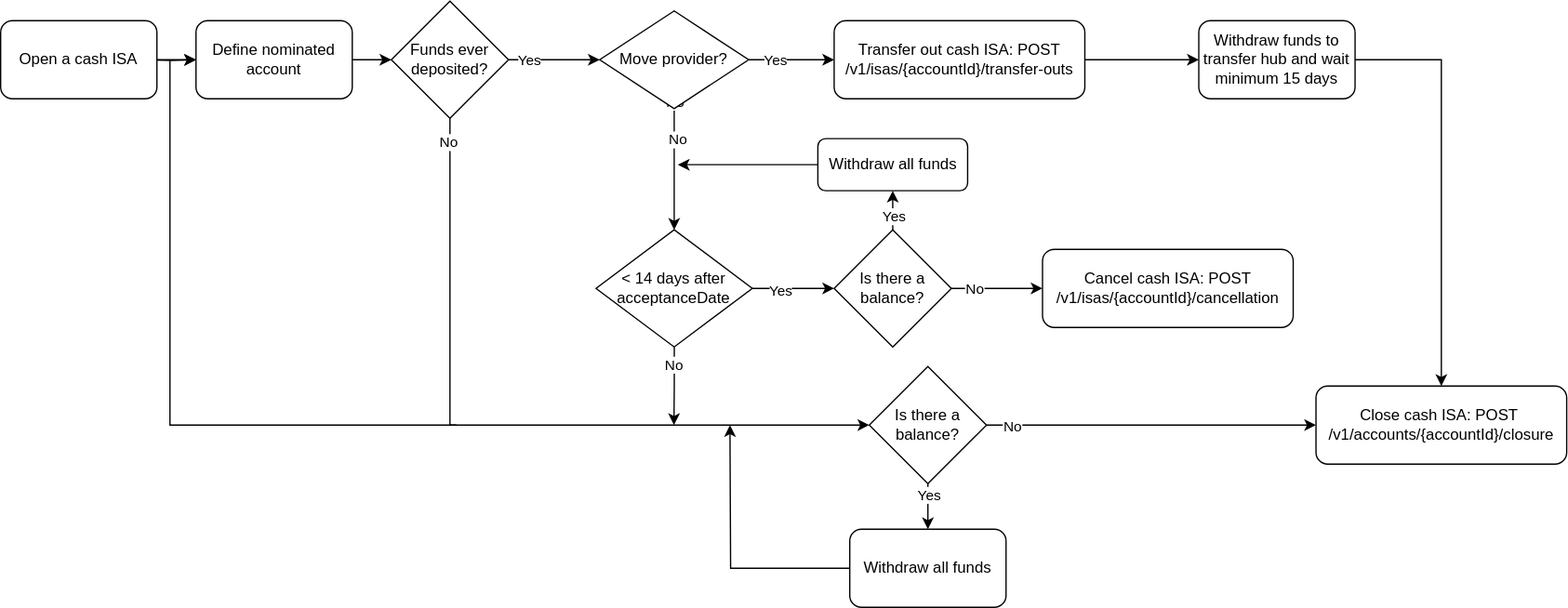
Before: static/assets/images/cash-isa-life-cycle.svg, a diagram exported from draw.io (clearbank/clearbank.github.io). Source tidied: cells renumbered, new cells last; positions are measured from the earlier drawing's top-left corner, leaving out a move shared by most shapes.
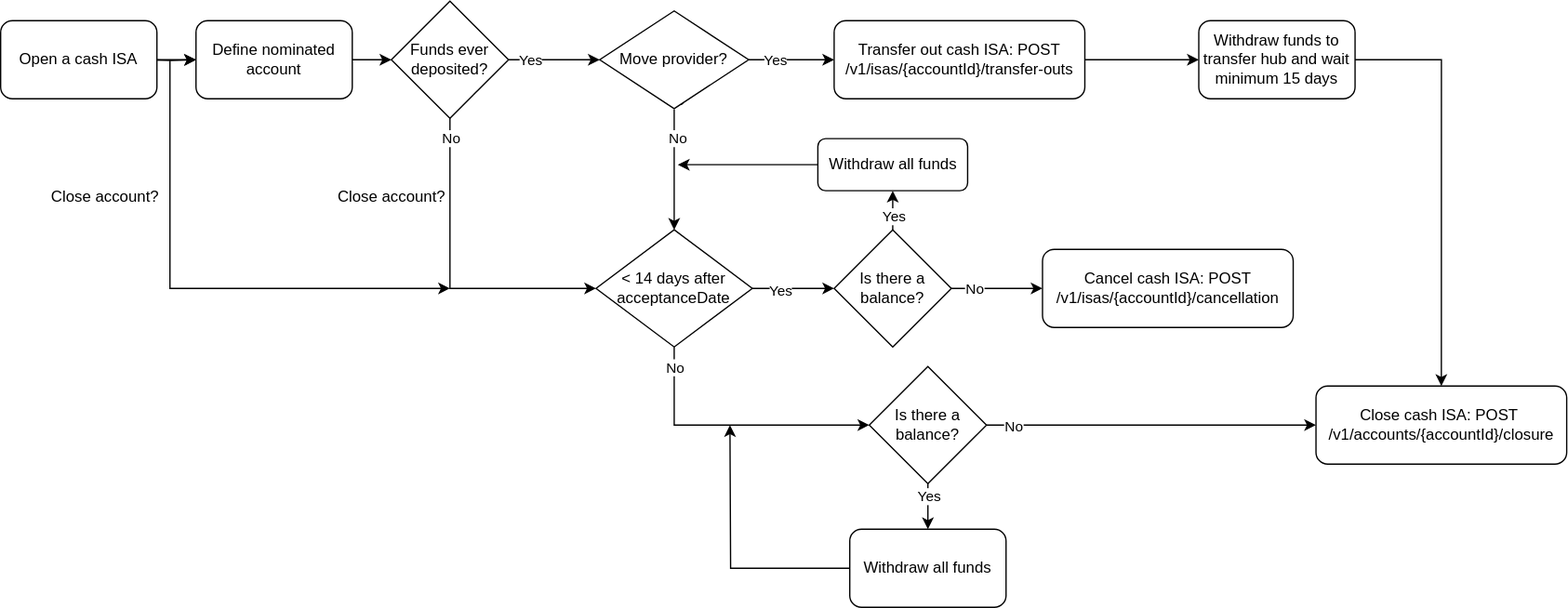
After the change.

What changed in the source:
```diff
@@ -32,13 +32,13 @@
         <mxPoint x="7" as="offset" />
       </mxGeometry>
     </mxCell>
-    <mxCell id="10" style="edgeStyle=orthogonalEdgeStyle;rounded=0;jettySize=auto;html=1;" parent="1" edge="1" source="12">
-      <mxGeometry relative="1" as="geometry">
-        <mxPoint x="517" y="326" as="targetPoint" />
-      </mxGeometry>
+    <mxCell id="10" style="edgeStyle=orthogonalEdgeStyle;rounded=0;jettySize=auto;html=1;entryX=0;entryY=0.5;entryDx=0;entryDy=0;exitX=0.5;exitY=1;exitDx=0;exitDy=0;" parent="1" edge="1" source="12" target="41">
+      <mxGeometry relative="1" as="geometry" />
     </mxCell>
     <mxCell id="11" value="No" style="edgeLabel;html=1;align=center;verticalAlign=middle;" parent="10" vertex="1">
-      <mxGeometry x="-0.55" y="-1" relative="1" as="geometry" />
+      <mxGeometry x="-0.55" y="-1" relative="1" as="geometry">
+        <mxPoint x="1" y="-32" as="offset" />
+      </mxGeometry>
     </mxCell>
     <mxCell id="12" value="&amp;lt; 14 days after acceptanceDate" style="rhombus;whiteSpace=wrap;html=1;" parent="1" vertex="1">
       <mxGeometry x="457.2" y="176" width="120" height="90" as="geometry" />
@@ -90,28 +90,21 @@
         <mxPoint x="2" as="offset" />
       </mxGeometry>
     </mxCell>
-    <mxCell id="26" style="edgeStyle=orthogonalEdgeStyle;rounded=0;jettySize=auto;html=1;entryX=0;entryY=0.5;entryDx=0;entryDy=0;" parent="1" edge="1" source="28" target="41">
+    <mxCell id="26" style="edgeStyle=orthogonalEdgeStyle;rounded=0;jettySize=auto;html=1;entryX=0;entryY=0.5;entryDx=0;entryDy=0;" parent="1" edge="1" source="28" target="12">
       <mxGeometry relative="1" as="geometry">
         <Array as="points">
-          <mxPoint x="345" y="326" />
+          <mxPoint x="345" y="221" />
         </Array>
       </mxGeometry>
     </mxCell>
     <mxCell id="27" value="No" style="edgeLabel;html=1;align=center;verticalAlign=middle;" parent="26" vertex="1">
-      <mxGeometry x="-0.94" y="-2" relative="1" as="geometry" />
+      <mxGeometry x="-0.94" y="-2" relative="1" as="geometry">
+        <mxPoint x="2" y="8" as="offset" />
+      </mxGeometry>
     </mxCell>
     <mxCell id="28" value="Funds ever deposited?" style="rhombus;whiteSpace=wrap;html=1;" parent="1" vertex="1">
       <mxGeometry x="300" y="0.4" width="90" height="90" as="geometry" />
     </mxCell>
-    <mxCell id="29" style="endArrow=none;html=1;rounded=0;" parent="1" edge="1">
-      <mxGeometry relative="1" as="geometry">
-        <mxPoint x="350" y="326" as="sourcePoint" />
-        <mxPoint x="130" y="46" as="targetPoint" />
-        <Array as="points">
-          <mxPoint x="130" y="326" />
-        </Array>
-      </mxGeometry>
-    </mxCell>
     <mxCell id="30" style="edgeStyle=orthogonalEdgeStyle;rounded=0;jettySize=auto;html=1;entryX=0;entryY=0.5;entryDx=0;entryDy=0;" parent="1" edge="1" source="34" target="13">
       <mxGeometry relative="1" as="geometry" />
     </mxCell>
@@ -175,5 +168,20 @@
     <mxCell id="45" value="Withdraw funds to transfer hub and wait minimum 15 days" style="whiteSpace=wrap;html=1;rounded=1;" parent="1" vertex="1">
       <mxGeometry x="920" y="15.4" width="120" height="60" as="geometry" />
     </mxCell>
+    <mxCell id="46" style="endArrow=classic;html=1;rounded=0;" parent="1" edge="1">
+      <mxGeometry relative="1" as="geometry">
+        <mxPoint x="130" y="46" as="sourcePoint" />
+        <mxPoint x="345" y="221" as="targetPoint" />
+        <Array as="points">
+          <mxPoint x="130" y="221" />
+        </Array>
+      </mxGeometry>
+    </mxCell>
+    <mxCell id="47" value="Close account?" style="text;html=1;align=center;verticalAlign=middle;strokeColor=none;fillColor=none;" parent="1" vertex="1">
+      <mxGeometry x="25" y="136" width="110" height="30" as="geometry" />
+    </mxCell>
+    <mxCell id="48" value="Close account?" style="text;html=1;align=center;verticalAlign=middle;strokeColor=none;fillColor=none;" parent="1" vertex="1">
+      <mxGeometry x="245" y="136" width="110" height="30" as="geometry" />
+    </mxCell>
   </root>
 </mxGraphModel>
```
